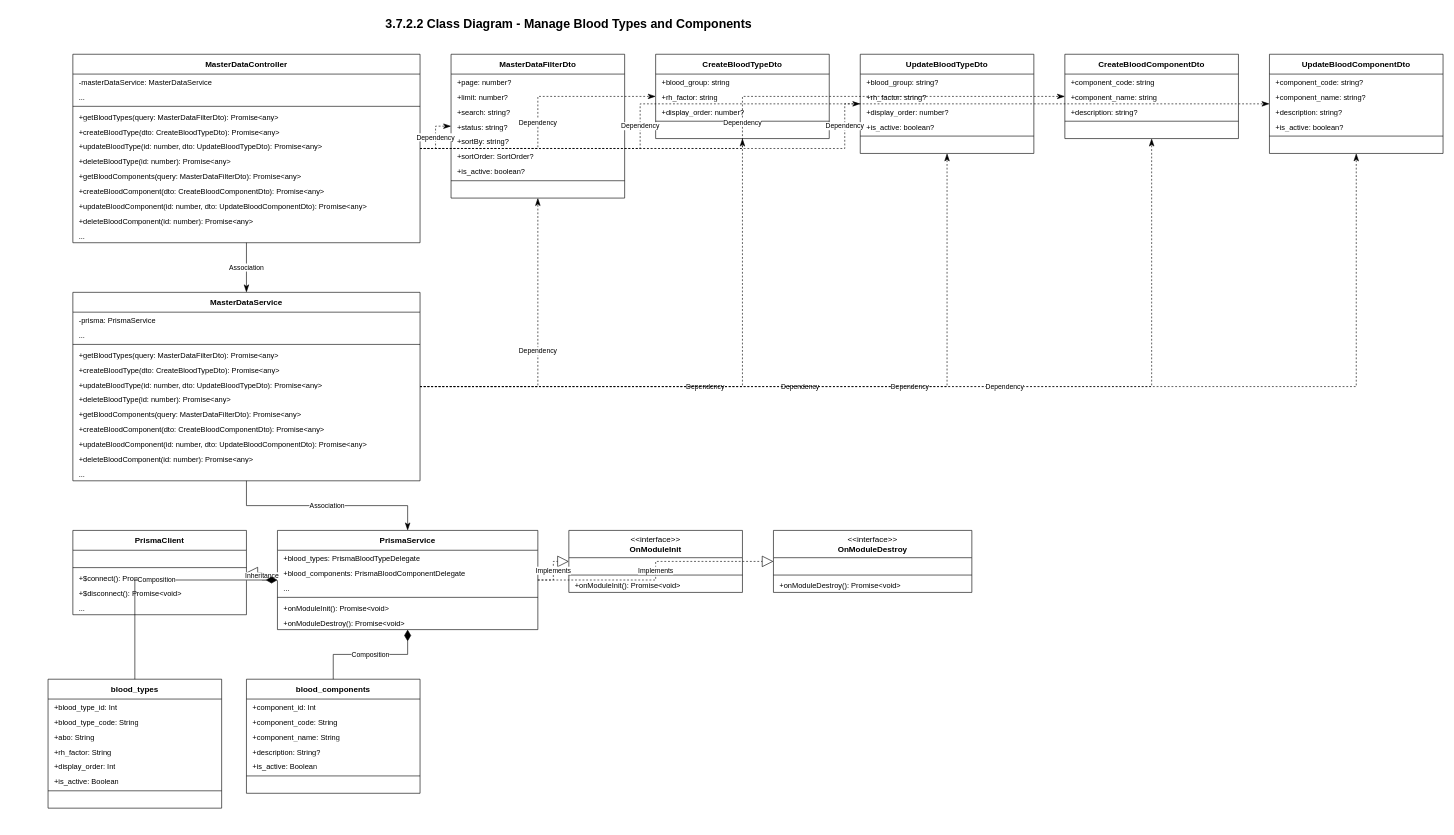
Before: page "Manage Blood Types & Components" (3 of 6) of master_data_all_class_diagrams.drawio in CuongBC195/class-diagram-donation-blood, a draw.io diagram. Source tidied: cells renumbered, new cells numbered last; positions are measured from the earlier drawing's top-left corner, leaving out a move shared by most shapes. Both pictures are drawn from the tidied source at 62%, with x=0, y=0 at pixel (11, 11).
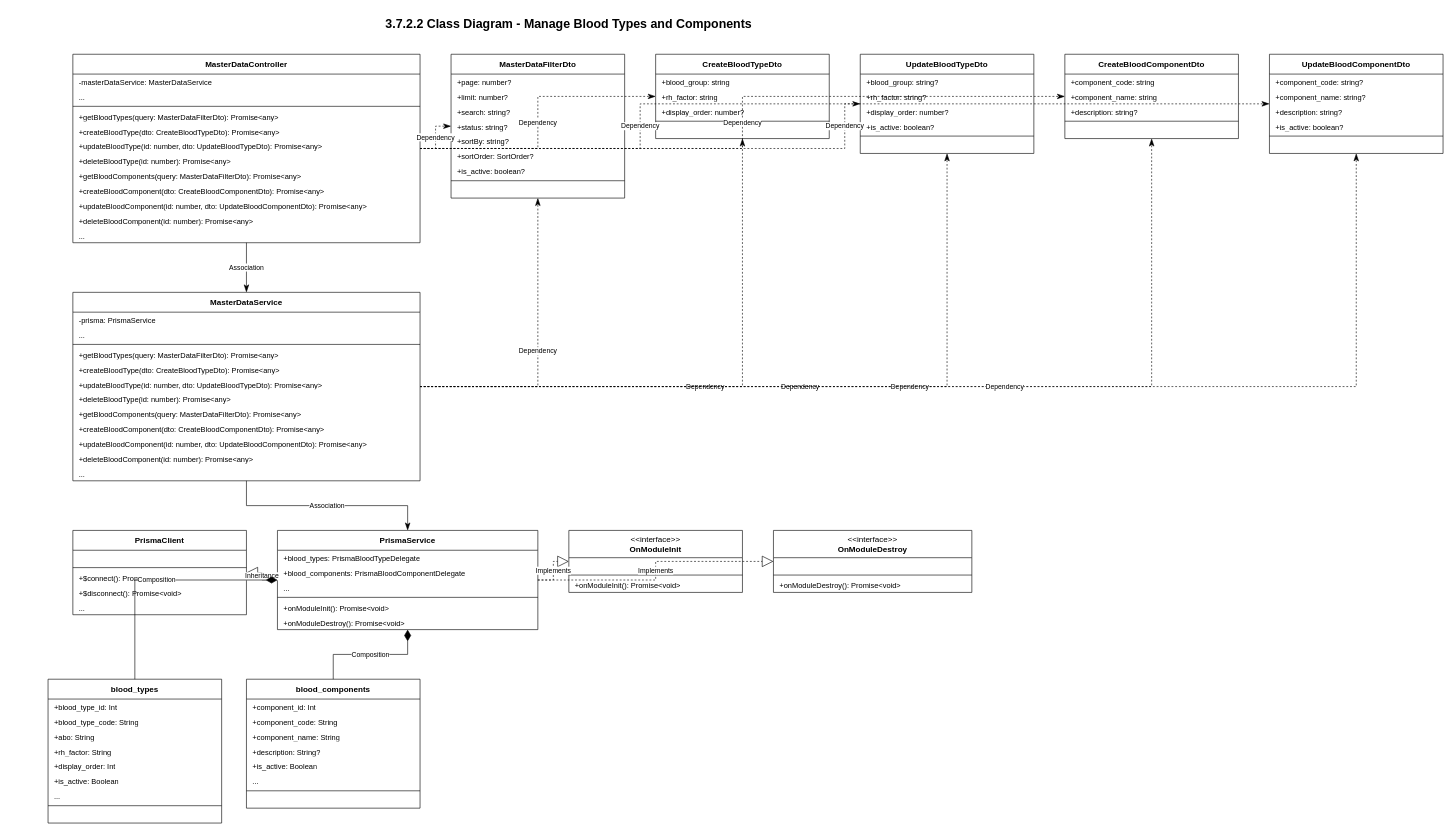
The same diagram, later.

What changed in the source:
```diff
@@
     <mxCell id="86" value="&lt;b&gt;blood_types&lt;/b&gt;" style="swimlane;fontStyle=0;horizontal=1;startSize=32;whiteSpace=wrap;html=1;fillColor=#ffffff;strokeColor=#000000;swimlaneFillColor=#ffffff;fontColor=#000000;fontFamily=Arial;fontSize=13;" parent="1" vertex="1">
-      <mxGeometry x="60" y="1078" width="280" height="208" as="geometry" />
+      <mxGeometry x="60" y="1078" width="280" height="232" as="geometry" />
     </mxCell>
@@
+    <mxCell id="120" value="..." style="text;strokeColor=none;fillColor=none;align=left;verticalAlign=top;spacingLeft=8;spacingRight=8;overflow=hidden;whiteSpace=wrap;html=1;fontFamily=Arial;fontSize=12;fontColor=#000000;" parent="86" vertex="1">
+      <mxGeometry y="176" width="280" height="24" as="geometry" />
+    </mxCell>
     <mxCell id="93" style="line;strokeWidth=1;fillColor=none;strokeColor=#000000;align=left;verticalAlign=middle;" parent="86" vertex="1">
-      <mxGeometry y="176" width="280" height="8" as="geometry" />
+      <mxGeometry y="200" width="280" height="8" as="geometry" />
     </mxCell>
     <mxCell id="94" value=" " style="text;strokeColor=none;fillColor=none;align=left;verticalAlign=top;spacingLeft=8;spacingRight=8;overflow=hidden;whiteSpace=wrap;html=1;fontFamily=Arial;fontSize=12;fontColor=#000000;" parent="86" vertex="1">
-      <mxGeometry y="184" width="280" height="24" as="geometry" />
+      <mxGeometry y="208" width="280" height="24" as="geometry" />
     </mxCell>
     <mxCell id="95" value="&lt;b&gt;blood_components&lt;/b&gt;" style="swimlane;fontStyle=0;horizontal=1;startSize=32;whiteSpace=wrap;html=1;fillColor=#ffffff;strokeColor=#000000;swimlaneFillColor=#ffffff;fontColor=#000000;fontFamily=Arial;fontSize=13;" parent="1" vertex="1">
-      <mxGeometry x="380" y="1078" width="280" height="184" as="geometry" />
+      <mxGeometry x="380" y="1078" width="280" height="208" as="geometry" />
     </mxCell>
@@
+    <mxCell id="121" value="..." style="text;strokeColor=none;fillColor=none;align=left;verticalAlign=top;spacingLeft=8;spacingRight=8;overflow=hidden;whiteSpace=wrap;html=1;fontFamily=Arial;fontSize=12;fontColor=#000000;" parent="95" vertex="1">
+      <mxGeometry y="152" width="280" height="24" as="geometry" />
+    </mxCell>
     <mxCell id="101" style="line;strokeWidth=1;fillColor=none;strokeColor=#000000;align=left;verticalAlign=middle;" parent="95" vertex="1">
-      <mxGeometry y="152" width="280" height="8" as="geometry" />
+      <mxGeometry y="176" width="280" height="8" as="geometry" />
     </mxCell>
     <mxCell id="102" value=" " style="text;strokeColor=none;fillColor=none;align=left;verticalAlign=top;spacingLeft=8;spacingRight=8;overflow=hidden;whiteSpace=wrap;html=1;fontFamily=Arial;fontSize=12;fontColor=#000000;" parent="95" vertex="1">
-      <mxGeometry y="160" width="280" height="24" as="geometry" />
+      <mxGeometry y="184" width="280" height="24" as="geometry" />
     </mxCell>
```
